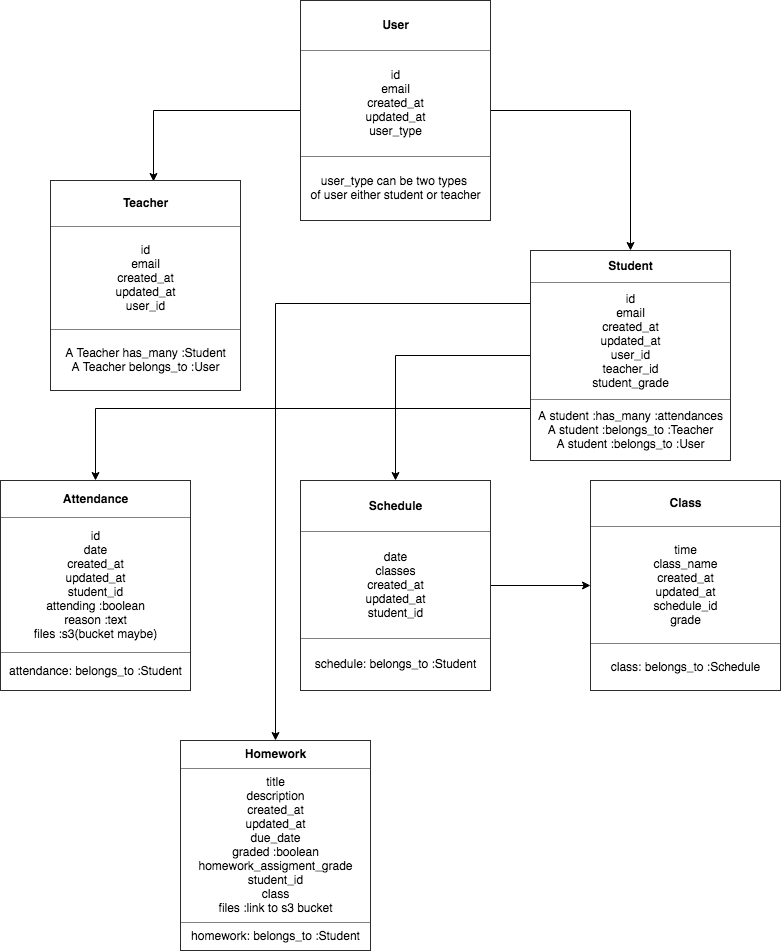
The draw.io diagram docs/db-architecture/entity.png in MirTalpur/managehomeschool, before a commit. Source tidied: cells renumbered, new cells last; positions are measured from the earlier drawing's top-left corner, leaving out a move shared by most shapes.
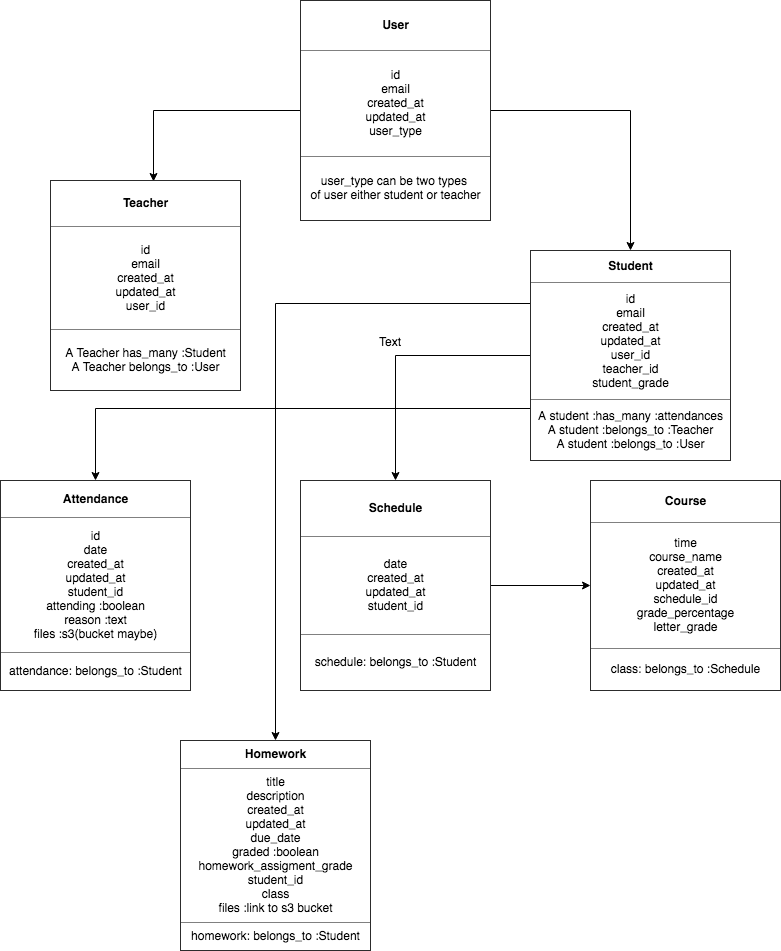
After the commit.

What changed in the source:
```diff
@@ -32,14 +32,17 @@
     <mxCell id="11" style="edgeStyle=orthogonalEdgeStyle;rounded=0;jettySize=auto;html=1;exitX=1;exitY=0.5;exitDx=0;exitDy=0;entryX=0;entryY=0.5;entryDx=0;entryDy=0;" parent="1" edge="1" source="12" target="13">
       <mxGeometry relative="1" as="geometry" />
     </mxCell>
-    <mxCell id="12" value="&lt;table border=&quot;1&quot; width=&quot;100%&quot; cellpadding=&quot;4&quot; style=&quot;width: 100% ; height: 100% ; border-collapse: collapse&quot;&gt;&lt;tbody&gt;&lt;tr&gt;&lt;th align=&quot;center&quot;&gt;&lt;b&gt;Schedule&lt;/b&gt;&lt;/th&gt;&lt;/tr&gt;&lt;tr&gt;&lt;td align=&quot;center&quot;&gt;date&lt;br&gt;classes&lt;br&gt;created_at&lt;br&gt;updated_at&lt;br&gt;student_id&lt;br&gt;&lt;/td&gt;&lt;/tr&gt;&lt;tr&gt;&lt;td align=&quot;center&quot;&gt;schedule: belongs_to :Student&lt;/td&gt;&lt;/tr&gt;&lt;/tbody&gt;&lt;/table&gt;" style="text;html=1;strokeColor=none;fillColor=none;overflow=fill;" parent="1" vertex="1">
+    <mxCell id="12" value="&lt;table border=&quot;1&quot; width=&quot;100%&quot; cellpadding=&quot;4&quot; style=&quot;width: 100% ; height: 100% ; border-collapse: collapse&quot;&gt;&lt;tbody&gt;&lt;tr&gt;&lt;th align=&quot;center&quot;&gt;&lt;b&gt;Schedule&lt;/b&gt;&lt;/th&gt;&lt;/tr&gt;&lt;tr&gt;&lt;td align=&quot;center&quot;&gt;date&lt;br&gt;created_at&lt;br&gt;updated_at&lt;br&gt;student_id&lt;br&gt;&lt;/td&gt;&lt;/tr&gt;&lt;tr&gt;&lt;td align=&quot;center&quot;&gt;schedule: belongs_to :Student&lt;/td&gt;&lt;/tr&gt;&lt;/tbody&gt;&lt;/table&gt;" style="text;html=1;strokeColor=none;fillColor=none;overflow=fill;" parent="1" vertex="1">
       <mxGeometry x="300" y="480" width="190" height="210" as="geometry" />
     </mxCell>
-    <mxCell id="13" value="&lt;table border=&quot;1&quot; width=&quot;100%&quot; cellpadding=&quot;4&quot; style=&quot;width: 100% ; height: 100% ; border-collapse: collapse&quot;&gt;&lt;tbody&gt;&lt;tr&gt;&lt;th align=&quot;center&quot;&gt;&lt;b&gt;Class&lt;/b&gt;&lt;/th&gt;&lt;/tr&gt;&lt;tr&gt;&lt;td align=&quot;center&quot;&gt;time&lt;br&gt;class_name&lt;br&gt;created_at&lt;br&gt;updated_at&lt;br&gt;schedule_id&lt;br&gt;grade&lt;br&gt;&lt;/td&gt;&lt;/tr&gt;&lt;tr&gt;&lt;td align=&quot;center&quot;&gt;class: belongs_to :Schedule&lt;/td&gt;&lt;/tr&gt;&lt;/tbody&gt;&lt;/table&gt;" style="text;html=1;strokeColor=none;fillColor=none;overflow=fill;" parent="1" vertex="1">
+    <mxCell id="13" value="&lt;table border=&quot;1&quot; width=&quot;100%&quot; cellpadding=&quot;4&quot; style=&quot;width: 100% ; height: 100% ; border-collapse: collapse&quot;&gt;&lt;tbody&gt;&lt;tr&gt;&lt;th align=&quot;center&quot;&gt;&lt;b&gt;Course&lt;/b&gt;&lt;/th&gt;&lt;/tr&gt;&lt;tr&gt;&lt;td align=&quot;center&quot;&gt;time&lt;br&gt;course_name&lt;br&gt;created_at&lt;br&gt;updated_at&lt;br&gt;schedule_id&lt;br&gt;grade_percentage&lt;br&gt;letter_grade&lt;/td&gt;&lt;/tr&gt;&lt;tr&gt;&lt;td align=&quot;center&quot;&gt;class: belongs_to :Schedule&lt;/td&gt;&lt;/tr&gt;&lt;/tbody&gt;&lt;/table&gt;" style="text;html=1;strokeColor=none;fillColor=none;overflow=fill;" parent="1" vertex="1">
       <mxGeometry x="590" y="480" width="190" height="210" as="geometry" />
     </mxCell>
     <mxCell id="14" value="&lt;table border=&quot;1&quot; width=&quot;100%&quot; cellpadding=&quot;4&quot; style=&quot;width: 100% ; height: 100% ; border-collapse: collapse&quot;&gt;&lt;tbody&gt;&lt;tr&gt;&lt;th align=&quot;center&quot;&gt;&lt;b&gt;Homework&lt;/b&gt;&lt;/th&gt;&lt;/tr&gt;&lt;tr&gt;&lt;td align=&quot;center&quot;&gt;title&lt;br&gt;description&lt;br&gt;created_at&lt;br&gt;updated_at&lt;br&gt;due_date&lt;br&gt;graded :boolean&lt;br&gt;homework_assigment_grade&lt;br&gt;student_id&lt;br&gt;class&lt;br&gt;files :link to s3 bucket&lt;/td&gt;&lt;/tr&gt;&lt;tr&gt;&lt;td align=&quot;center&quot;&gt;homework: belongs_to :Student&lt;/td&gt;&lt;/tr&gt;&lt;/tbody&gt;&lt;/table&gt;" style="text;html=1;strokeColor=none;fillColor=none;overflow=fill;" parent="1" vertex="1">
       <mxGeometry x="180" y="740" width="190" height="210" as="geometry" />
     </mxCell>
+    <mxCell id="15" value="Text" style="text;html=1;align=left;verticalAlign=top;spacingTop=-4;" parent="1" vertex="1">
+      <mxGeometry x="377" y="332" width="40" height="20" as="geometry" />
+    </mxCell>
   </root>
 </mxGraphModel>
```
